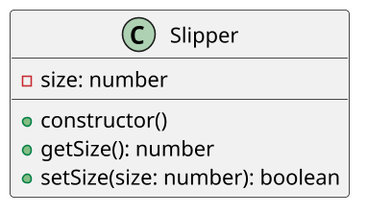
qxcodepoo/arcade keeps this PlantUML diagram as labs/chinela/assets/diagrama.png. Above is the earlier version.
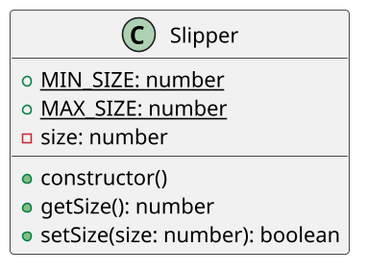
Above is the later version.

Diff of the diagram source:
```diff
@@ -4,6 +4,8 @@
 skinparam dpi 150
 
 class Slipper {
+    {static} + MIN_SIZE: number
+    {static} + MAX_SIZE: number
     - size: number
     __
     + constructor()
```
